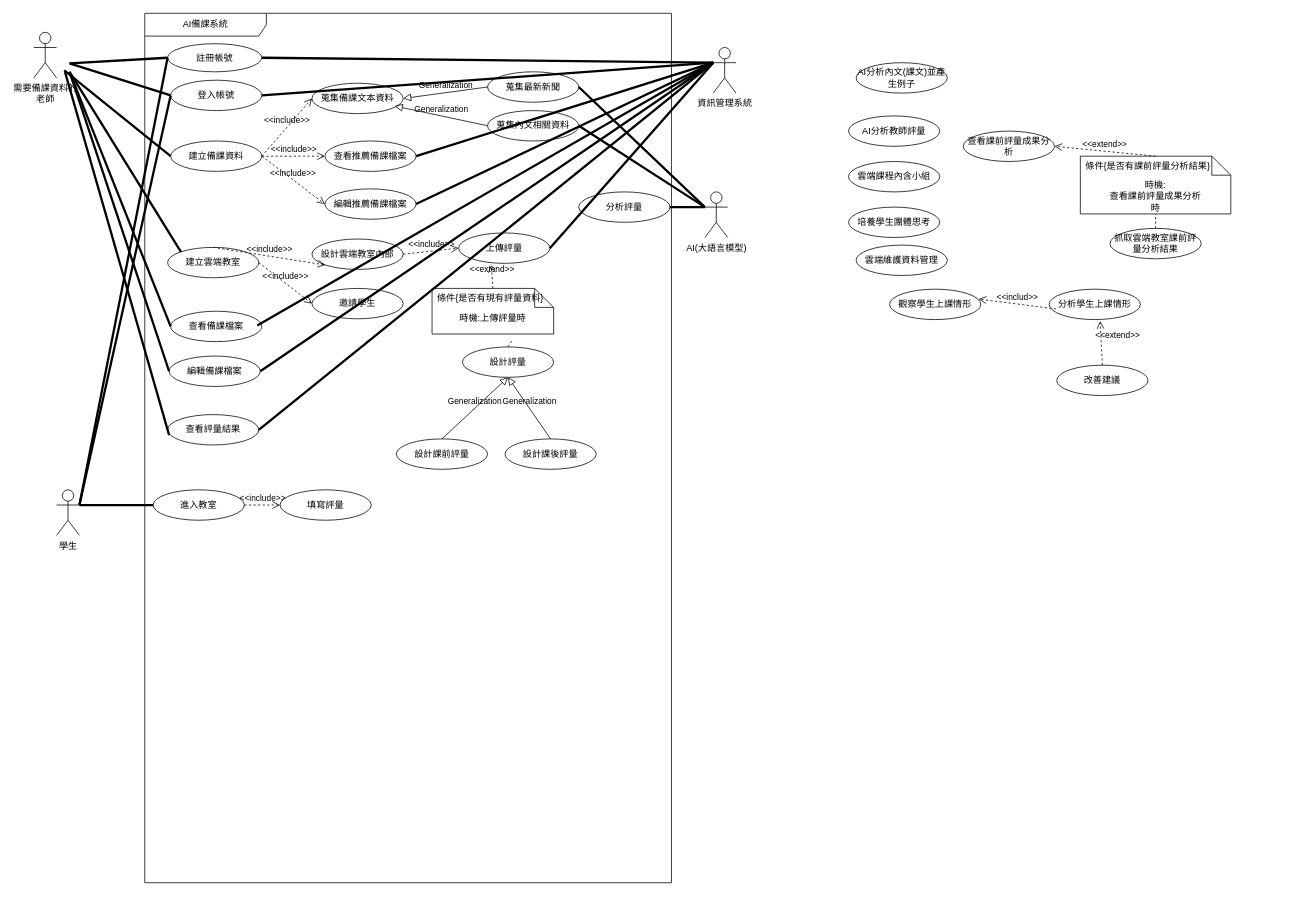
Above: page "第 1 页" (1 of 2) of 顧客關係圖.drawio in Kevincheng0804/System-analysis (draw.io), before the change. Source tidied: cells renumbered, new cells numbered last; positions are measured from the earlier drawing's top-left corner, leaving out a move shared by most shapes. Both pictures are drawn from the tidied source at 76%, with x=0, y=0 at pixel (33, 13).
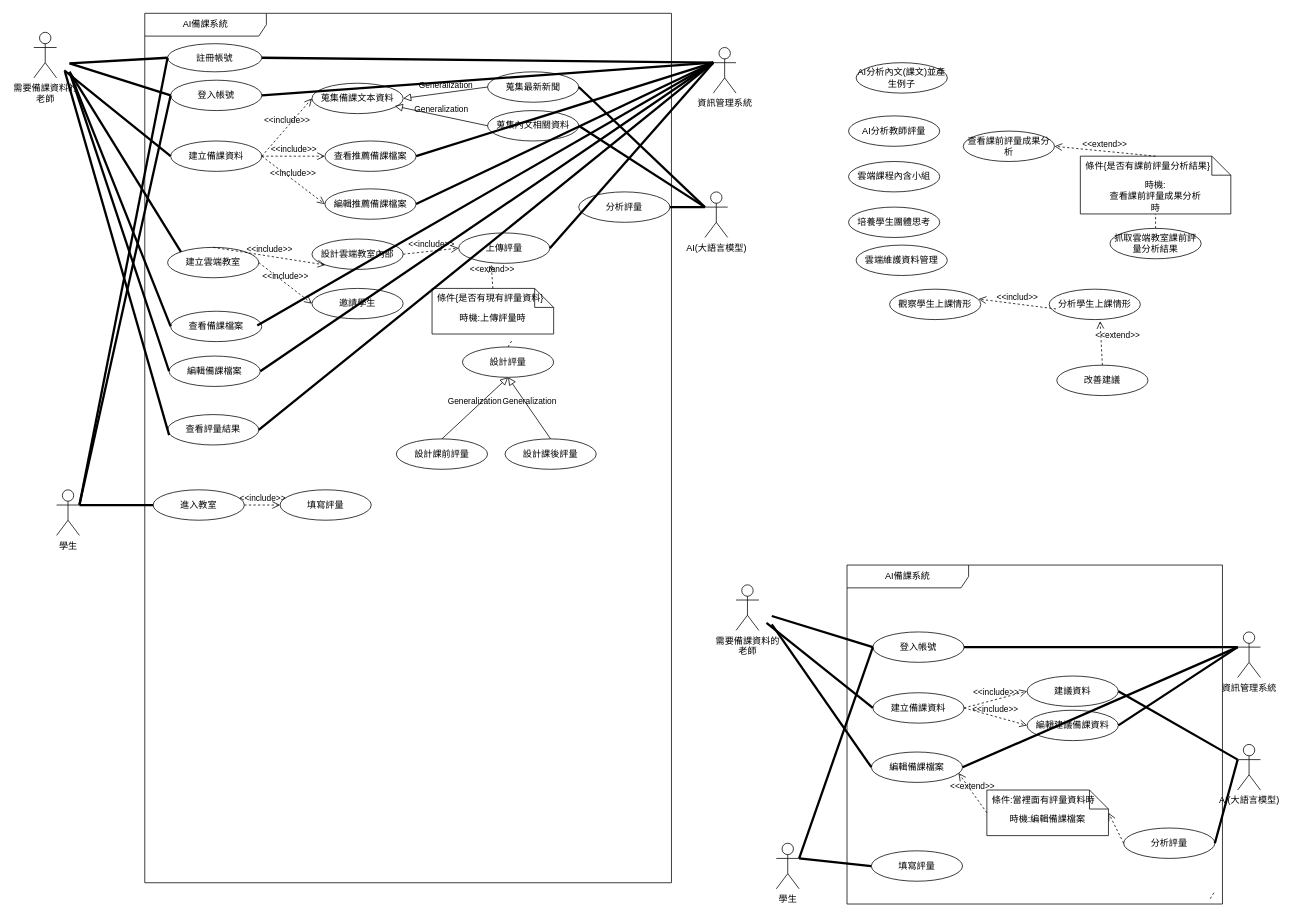
After the change.

Commit message:
更新顧客關係圖.drawio

The edit, as a diff of the source:
```diff
@@
+    <mxCell id="84" value="需要備課資料的&lt;div&gt;老師&lt;/div&gt;&lt;div&gt;&lt;br&gt;&lt;/div&gt;" style="shape=umlActor;verticalLabelPosition=bottom;verticalAlign=top;html=1;" parent="1" vertex="1">
+      <mxGeometry x="924" y="752" width="30" height="60" as="geometry" />
+    </mxCell>
+    <mxCell id="85" value="AI備課系統" style="shape=umlFrame;whiteSpace=wrap;html=1;width=160;" parent="1" vertex="1">
+      <mxGeometry x="1070" y="726" width="494" height="446" as="geometry" />
+    </mxCell>
+    <mxCell id="86" value="登入帳號" style="ellipse;html=1;whiteSpace=wrap;" parent="85" vertex="1">
+      <mxGeometry x="34" y="88" width="120" height="40" as="geometry" />
+    </mxCell>
+    <mxCell id="87" value="建立備課資料" style="ellipse;html=1;whiteSpace=wrap;" parent="85" vertex="1">
+      <mxGeometry x="34" y="168" width="120" height="40" as="geometry" />
+    </mxCell>
+    <mxCell id="88" value="&amp;lt;&amp;lt;include&amp;gt;&amp;gt;" style="endArrow=open;startArrow=none;endFill=0;startFill=0;endSize=8;html=1;verticalAlign=bottom;dashed=1;labelBackgroundColor=none;rounded=0;exitX=1;exitY=0.5;exitDx=0;exitDy=0;entryX=0;entryY=0.5;entryDx=0;entryDy=0;" parent="85" edge="1" source="87" target="97">
+      <mxGeometry relative="1" as="geometry" />
+    </mxCell>
+    <mxCell id="89" value="編輯建議備課資料" style="ellipse;html=1;whiteSpace=wrap;" parent="85" vertex="1">
+      <mxGeometry x="237" y="191" width="120" height="40" as="geometry" />
+    </mxCell>
+    <mxCell id="90" value="&amp;lt;&amp;lt;include&amp;gt;&amp;gt;" style="endArrow=open;startArrow=none;endFill=0;startFill=0;endSize=8;html=1;verticalAlign=bottom;dashed=1;labelBackgroundColor=none;rounded=0;exitX=1;exitY=0.5;exitDx=0;exitDy=0;entryX=0;entryY=0.5;entryDx=0;entryDy=0;" parent="85" edge="1" source="87" target="89">
+      <mxGeometry relative="1" as="geometry" />
+    </mxCell>
+    <mxCell id="91" style="endArrow=none;startArrow=none;endFill=0;startFill=0;endSize=8;html=1;verticalAlign=bottom;dashed=1;labelBackgroundColor=none;rounded=0;exitX=0.5;exitY=0;exitDx=0;exitDy=0;" parent="85" edge="1">
+      <mxGeometry relative="1" as="geometry">
+        <mxPoint x="478" y="439" as="sourcePoint" />
+        <mxPoint x="484" y="429" as="targetPoint" />
+      </mxGeometry>
+    </mxCell>
+    <mxCell id="92" value="編輯備課檔案" style="ellipse;html=1;whiteSpace=wrap;" parent="85" vertex="1">
+      <mxGeometry x="32" y="246" width="120" height="40" as="geometry" />
+    </mxCell>
+    <mxCell id="93" value="分析評量" style="ellipse;html=1;whiteSpace=wrap;" parent="85" vertex="1">
+      <mxGeometry x="364" y="346" width="120" height="40" as="geometry" />
+    </mxCell>
+    <mxCell id="94" value="學生" style="shape=umlActor;verticalLabelPosition=bottom;verticalAlign=top;html=1;" parent="85" vertex="1">
+      <mxGeometry x="-93" y="366" width="30" height="60" as="geometry" />
+    </mxCell>
+    <mxCell id="95" style="endArrow=none;startArrow=none;endFill=0;startFill=0;endSize=8;html=1;verticalAlign=bottom;labelBackgroundColor=none;strokeWidth=3;rounded=0;exitX=1;exitY=0.3333333333333333;exitDx=0;exitDy=0;exitPerimeter=0;entryX=0;entryY=0.5;entryDx=0;entryDy=0;" parent="85" edge="1" source="94" target="102">
+      <mxGeometry relative="1" as="geometry" />
+    </mxCell>
+    <mxCell id="96" style="endArrow=none;startArrow=none;endFill=0;startFill=0;endSize=8;html=1;verticalAlign=bottom;labelBackgroundColor=none;strokeWidth=3;rounded=0;exitX=1;exitY=0.3333333333333333;exitDx=0;exitDy=0;exitPerimeter=0;entryX=0;entryY=0.5;entryDx=0;entryDy=0;" parent="85" edge="1" source="94" target="86">
+      <mxGeometry relative="1" as="geometry" />
+    </mxCell>
+    <mxCell id="97" value="建議資料" style="ellipse;html=1;whiteSpace=wrap;" parent="85" vertex="1">
+      <mxGeometry x="237" y="146" width="120" height="40" as="geometry" />
+    </mxCell>
+    <mxCell id="98" value="&amp;lt;&amp;lt;extend&amp;gt;&amp;gt;" style="endArrow=open;startArrow=none;endFill=0;startFill=0;endSize=8;html=1;verticalAlign=bottom;dashed=1;labelBackgroundColor=none;rounded=0;exitX=0;exitY=0.5;exitDx=0;exitDy=0;entryX=0.956;entryY=0.692;entryDx=0;entryDy=0;entryPerimeter=0;" parent="85" edge="1" source="100" target="92">
+      <mxGeometry relative="1" as="geometry" />
+    </mxCell>
+    <mxCell id="99" style="endArrow=open;startArrow=none;endFill=0;startFill=0;endSize=8;html=1;verticalAlign=bottom;dashed=1;labelBackgroundColor=none;rounded=0;exitX=0;exitY=0.5;exitDx=0;exitDy=0;entryX=1;entryY=0.5;entryDx=0;entryDy=0;" parent="85" edge="1" source="93" target="100">
+      <mxGeometry relative="1" as="geometry" />
+    </mxCell>
+    <mxCell id="100" value="時機:編輯備課檔案" style="shape=note2;boundedLbl=1;whiteSpace=wrap;html=1;size=25;verticalAlign=top;align=center;" parent="85" vertex="1">
+      <mxGeometry x="184" y="296" width="160" height="60" as="geometry" />
+    </mxCell>
+    <mxCell id="101" value="條件:當裡面有評量資料時" style="strokeColor=none;fillColor=none;align=left;spacingLeft=5;" parent="100" vertex="1">
+      <mxGeometry width="160" height="25" relative="1" as="geometry" />
+    </mxCell>
+    <mxCell id="102" value="填寫評量" style="ellipse;html=1;whiteSpace=wrap;" parent="85" vertex="1">
+      <mxGeometry x="32" y="376" width="120" height="40" as="geometry" />
+    </mxCell>
+    <mxCell id="103" style="endArrow=none;startArrow=none;endFill=0;startFill=0;endSize=8;html=1;verticalAlign=bottom;labelBackgroundColor=none;strokeWidth=3;rounded=0;entryX=0;entryY=0.5;entryDx=0;entryDy=0;" parent="1" edge="1" target="87">
+      <mxGeometry relative="1" as="geometry">
+        <mxPoint x="964" y="802" as="sourcePoint" />
+      </mxGeometry>
+    </mxCell>
+    <mxCell id="104" style="endArrow=none;startArrow=none;endFill=0;startFill=0;endSize=8;html=1;verticalAlign=bottom;labelBackgroundColor=none;strokeWidth=3;rounded=0;entryX=0;entryY=0.5;entryDx=0;entryDy=0;" parent="1" edge="1" target="86">
+      <mxGeometry relative="1" as="geometry">
+        <mxPoint x="971" y="793" as="sourcePoint" />
+      </mxGeometry>
+    </mxCell>
+    <mxCell id="105" style="endArrow=none;startArrow=none;endFill=0;startFill=0;endSize=8;html=1;verticalAlign=bottom;labelBackgroundColor=none;strokeWidth=3;rounded=0;entryX=0;entryY=0.5;entryDx=0;entryDy=0;" parent="1" edge="1" target="92">
+      <mxGeometry relative="1" as="geometry">
+        <mxPoint x="971" y="804" as="sourcePoint" />
+      </mxGeometry>
+    </mxCell>
+    <mxCell id="106" value="AI(大語言模型)" style="shape=umlActor;verticalLabelPosition=bottom;verticalAlign=top;html=1;" parent="1" vertex="1">
+      <mxGeometry x="1584" y="962" width="30" height="60" as="geometry" />
+    </mxCell>
+    <mxCell id="107" style="endArrow=none;startArrow=none;endFill=0;startFill=0;endSize=8;html=1;verticalAlign=bottom;labelBackgroundColor=none;strokeWidth=3;rounded=0;exitX=1;exitY=0.5;exitDx=0;exitDy=0;entryX=0;entryY=0.3333333333333333;entryDx=0;entryDy=0;entryPerimeter=0;" parent="1" edge="1" source="93" target="106">
+      <mxGeometry relative="1" as="geometry" />
+    </mxCell>
+    <mxCell id="108" value="資訊管理系統" style="shape=umlActor;verticalLabelPosition=bottom;verticalAlign=top;html=1;" parent="1" vertex="1">
+      <mxGeometry x="1584" y="814" width="30" height="60" as="geometry" />
+    </mxCell>
+    <mxCell id="109" style="endArrow=none;startArrow=none;endFill=0;startFill=0;endSize=8;html=1;verticalAlign=bottom;labelBackgroundColor=none;strokeWidth=3;rounded=0;entryX=0;entryY=0.3333333333333333;entryDx=0;entryDy=0;entryPerimeter=0;exitX=1;exitY=0.5;exitDx=0;exitDy=0;" parent="1" edge="1" source="86" target="108">
+      <mxGeometry relative="1" as="geometry" />
+    </mxCell>
+    <mxCell id="110" style="endArrow=none;startArrow=none;endFill=0;startFill=0;endSize=8;html=1;verticalAlign=bottom;labelBackgroundColor=none;strokeWidth=3;rounded=0;entryX=0;entryY=0.3333333333333333;entryDx=0;entryDy=0;entryPerimeter=0;exitX=1;exitY=0.5;exitDx=0;exitDy=0;" parent="1" edge="1" source="89" target="108">
+      <mxGeometry relative="1" as="geometry" />
+    </mxCell>
+    <mxCell id="111" style="endArrow=none;startArrow=none;endFill=0;startFill=0;endSize=8;html=1;verticalAlign=bottom;labelBackgroundColor=none;strokeWidth=3;rounded=0;entryX=0;entryY=0.3333333333333333;entryDx=0;entryDy=0;entryPerimeter=0;exitX=1;exitY=0.5;exitDx=0;exitDy=0;" parent="1" edge="1" source="92" target="108">
+      <mxGeometry relative="1" as="geometry" />
+    </mxCell>
+    <mxCell id="112" style="endArrow=none;startArrow=none;endFill=0;startFill=0;endSize=8;html=1;verticalAlign=bottom;labelBackgroundColor=none;strokeWidth=3;rounded=0;entryX=0;entryY=0.3333333333333333;entryDx=0;entryDy=0;entryPerimeter=0;exitX=1;exitY=0.5;exitDx=0;exitDy=0;" parent="1" edge="1" source="97" target="106">
+      <mxGeometry relative="1" as="geometry" />
+    </mxCell>
```
